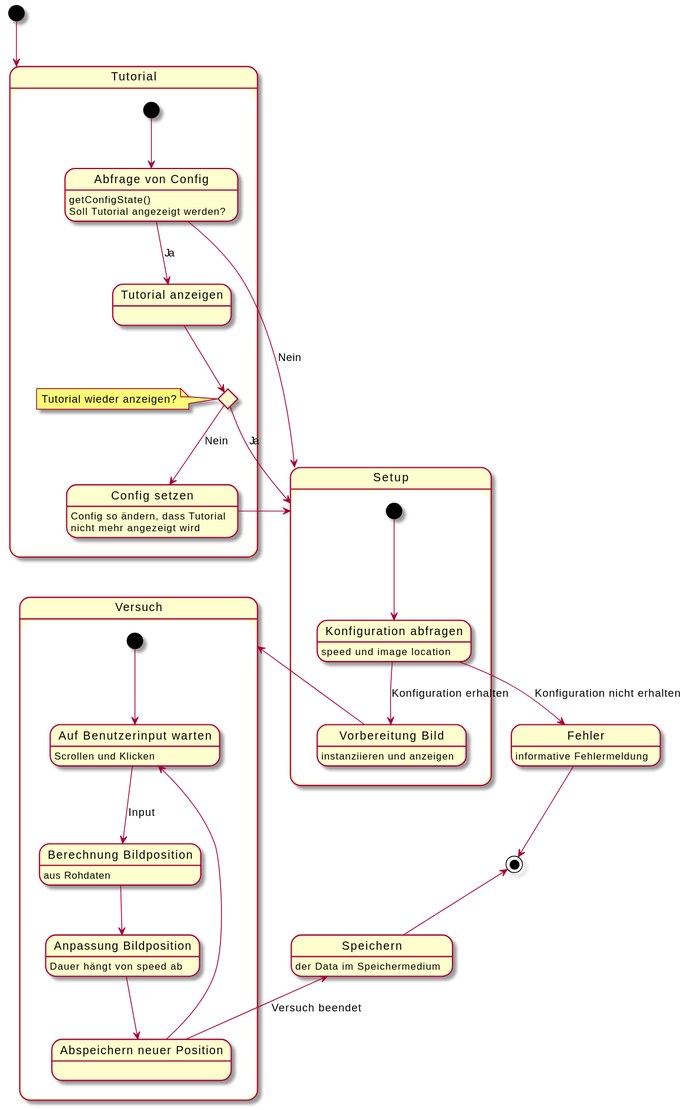
Earlier version of the PlantUML export uml-state/zoommaps/zustand-zoommaps.svg (weichware-10/dokumente).
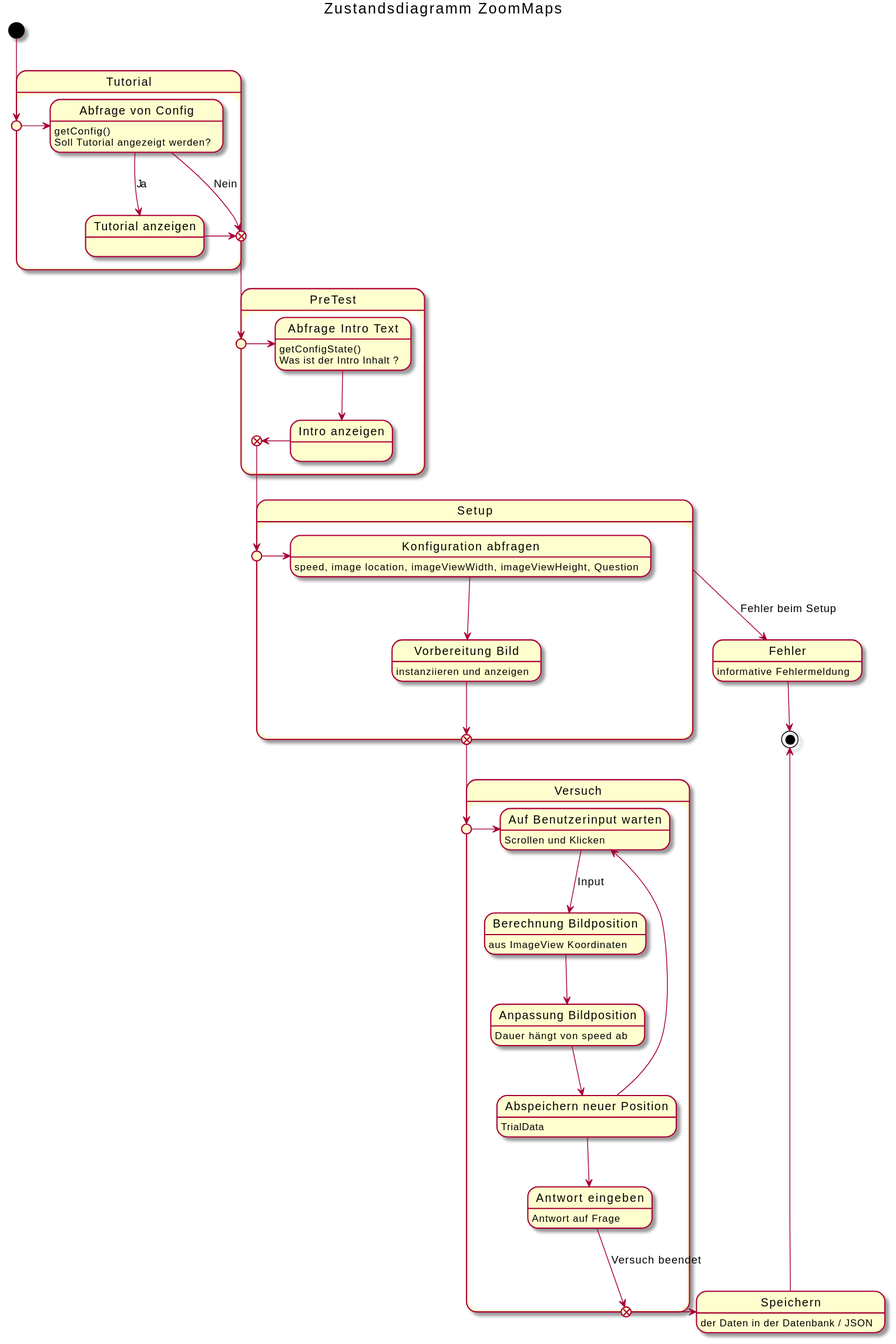
The same diagram one commit later.

What changed in the source:
```diff
@@ -1,47 +1,65 @@
 @startuml
+title Zustandsdiagramm ZoomMaps
 state "Fehler" as err : informative Fehlermeldung
-state Speichern : der Data im Speichermedium
+state Speichern : der Daten in der Datenbank / JSON
 
 state "Tutorial" as t {
-    state "Abfrage von Config" as ac : getConfigState()\nSoll Tutorial angezeigt werden?
+    state " " as tnp <<entryPoint>>
+    state " " as txp <<exitPoint>>
+    state "Abfrage von Config" as ac : getConfig()\nSoll Tutorial angezeigt werden?
     state "Tutorial anzeigen" as ta
-    state "Config setzen" as cs : Config so ändern, dass Tutorial\nnicht mehr angezeigt wird
-    state checkbox <<choice>>
-    note left of checkbox
-        Tutorial wieder anzeigen?
-    end note
-    [*] --> ac
+    tnp -l-> ac
     ac --> ta : Ja
-    ac --> s : Nein
-    ta --> checkbox
-    checkbox --> cs : Nein
-    checkbox --> s : Ja
-    cs -r-> s
+    ac --> txp : Nein
+    ta -r-> txp
+}
+
+state "PreTest" as p {
+    state " " as pnp <<entryPoint>>
+    state " " as pxp <<exitPoint>>
+    state "Abfrage Intro Text" as it : getConfigState()\nWas ist der Intro Inhalt ?
+    state "Intro anzeigen" as ia
+    pnp -l-> it
+    it --> ia
+    ia -r-> pxp
 }
 
 state "Setup" as s {
-    state "Konfiguration abfragen" as ka : speed und image location
+    state " " as snp <<entryPoint>>
+    state " " as sxp <<exitPoint>>
+    state "Konfiguration abfragen" as ka : speed, image location, imageViewWidth, imageViewHeight, Question
     state "Vorbereitung Bild" as vb : instanziieren und anzeigen
-    [*] --> ka
-    ka --> vb : Konfiguration erhalten
-    ka -d-> err : Konfiguration nicht erhalten
-    vb -l-> v
+    snp -l-> ka
+    ka --> vb
+    vb -d-> sxp
 }
 
+
 state "Versuch" as v {
+    state " " as vnp <<entryPoint>>
+    state " " as vxp <<exitPoint>>
     state "Auf Benutzerinput warten" as bi : Scrollen und Klicken
-    state "Berechnung Bildposition" as bb : aus Rohdaten
+    state "Berechnung Bildposition" as bb : aus ImageView Koordinaten
     state "Anpassung Bildposition" as ab : Dauer hängt von speed ab
-    state "Abspeichern neuer Position" as ap
-    [*] --> bi
+    state "Abspeichern neuer Position" as ap : TrialData
+    state "Antwort eingeben" as ae : Antwort auf Frage
+    vnp -l-> bi
     bi --> bb : Input
     bb --> ab
     ab --> ap
     ap --> bi
-    ap -u-> Speichern : Versuch beendet
+    ap --> ae
+    ae -d-> vxp : Versuch beendet
 }
 
-[*] --> t
+s --> err : Fehler beim Setup
+[*] --> tnp
+
+txp --> pnp
+pxp --> snp
+sxp --> vnp
+vxp -r-> Speichern
+
 Speichern -u-> [*]
 err -d-> [*]
 @enduml
```
